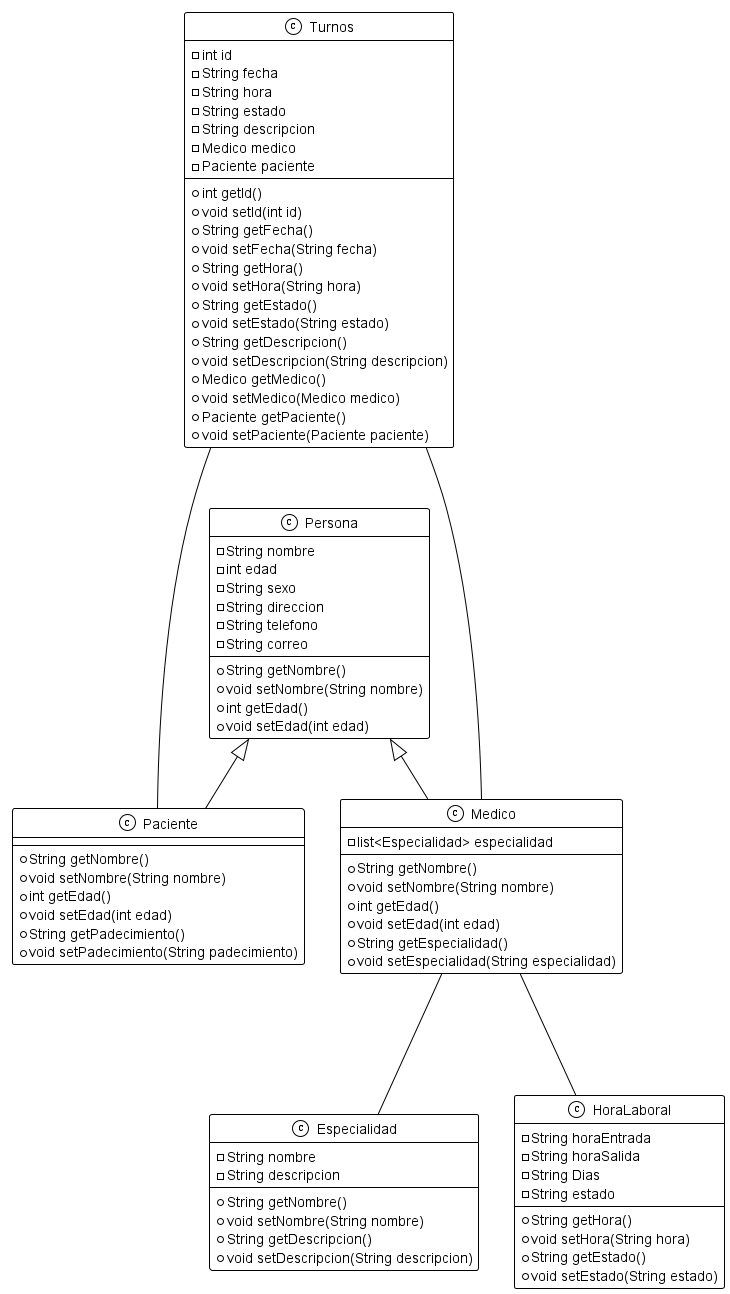
Earlier version of the PlantUML export clinicauml.png (seba-cali/tp-cuatrimestral-equipo-23). Source of this version:
```plantuml
@startuml
!theme mono
Turnos --- Paciente
Turnos --- Medico
Persona <|-- Medico
Persona <|-- Paciente
Medico --- Especialidad
Medico --- HoraLaboral

class Turnos{
    -int id
    -String fecha
    -String hora
    -String estado
    -String descripcion
    -Medico medico
    -Paciente paciente
    +int getId()
    +void setId(int id)
    +String getFecha()
    +void setFecha(String fecha)
    +String getHora()
    +void setHora(String hora)
    +String getEstado()
    +void setEstado(String estado)
    +String getDescripcion()
    +void setDescripcion(String descripcion)
    +Medico getMedico()
    +void setMedico(Medico medico)
    +Paciente getPaciente()
    +void setPaciente(Paciente paciente)
    }

class Persona{
    -String nombre
    -int edad
    -String sexo
    -String direccion
    -String telefono
    -String correo
    +String getNombre()
    +void setNombre(String nombre)
    +int getEdad()
    +void setEdad(int edad)
}
class Medico{
    -list<Especialidad> especialidad
    +String getNombre()
    +void setNombre(String nombre)
    +int getEdad()
    +void setEdad(int edad)
    +String getEspecialidad()
    +void setEspecialidad(String especialidad)
}
class Paciente{

    +String getNombre()
    +void setNombre(String nombre)
    +int getEdad()
    +void setEdad(int edad)
    +String getPadecimiento()
    +void setPadecimiento(String padecimiento)
}
class Especialidad{
    -String nombre
    -String descripcion
    +String getNombre()
    +void setNombre(String nombre)
    +String getDescripcion()
    +void setDescripcion(String descripcion)
}
class HoraLaboral{
    -String horaEntrada
    -String horaSalida
    -String Dias
    -String estado
    +String getHora()
    +void setHora(String hora)
    +String getEstado()
    +void setEstado(String estado)
}

@enduml
```
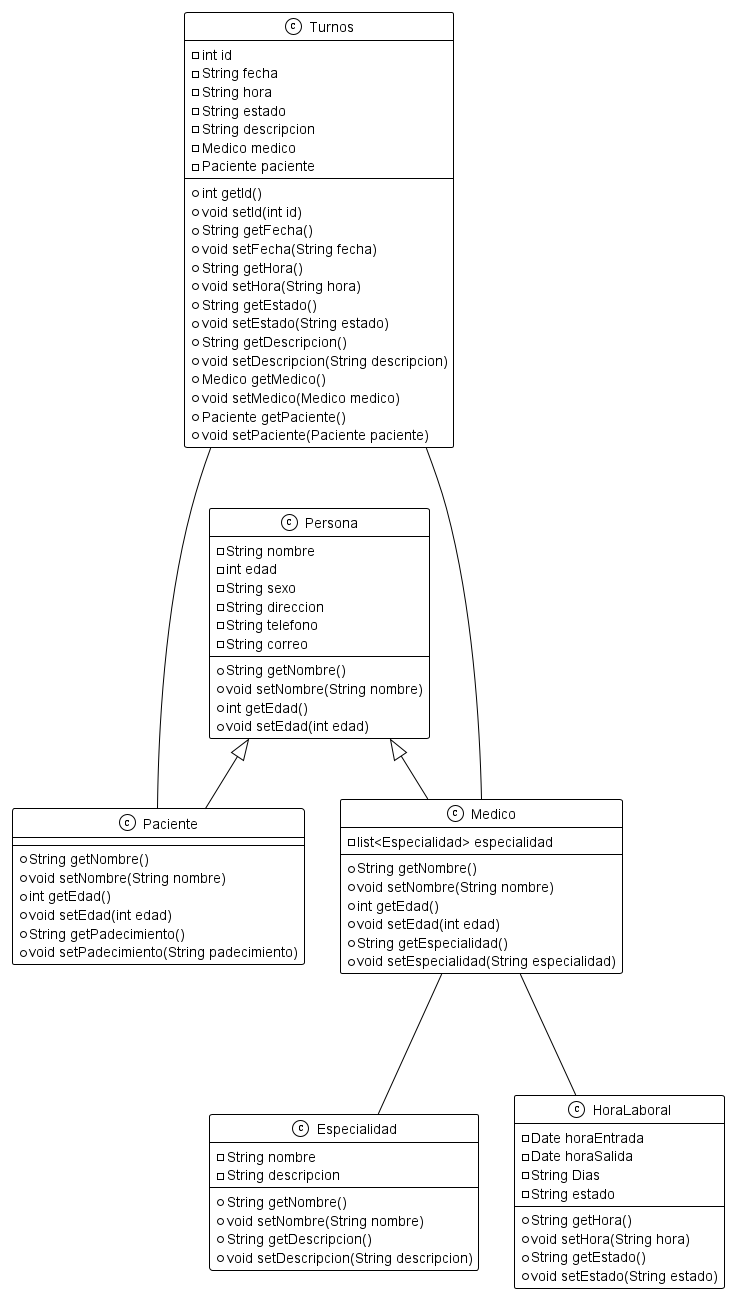
After the change.

Change to the diagram source:
```diff
@@ -70,8 +70,8 @@
     +void setDescripcion(String descripcion)
 }
 class HoraLaboral{
-    -String horaEntrada
-    -String horaSalida
+    -Date horaEntrada
+    -Date horaSalida
     -String Dias
     -String estado
     +String getHora()
```
